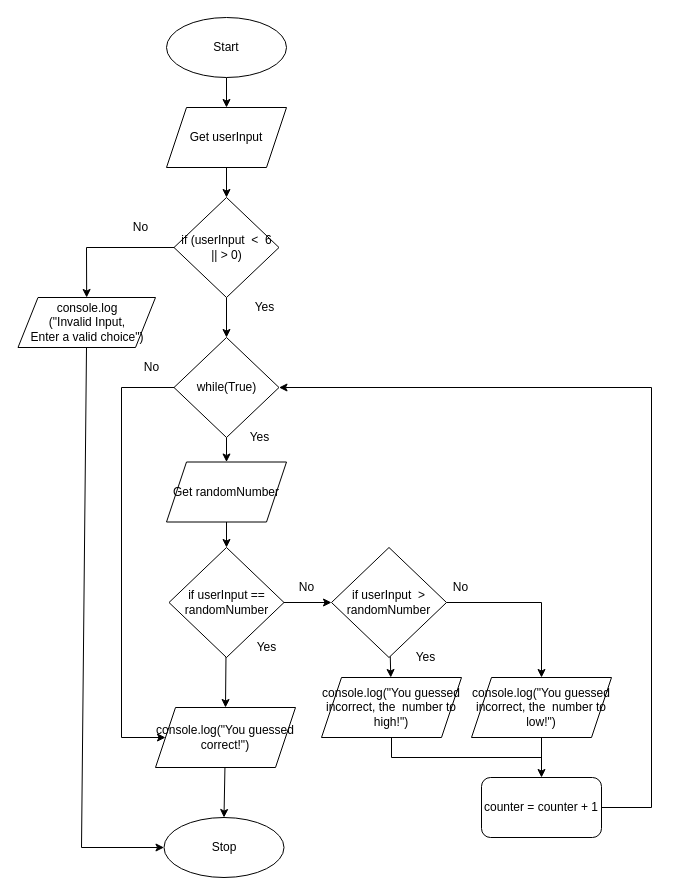
Above: Drawio/Flowchart.drawio in JacksonNaufal/ics4u-unit1-04-typescript (draw.io), before the change. Source tidied: cells renumbered, new cells numbered last; positions are measured from the earlier drawing's top-left corner, leaving out a move shared by most shapes. Both pictures are drawn from the tidied source at 100%, with x=0, y=0 at pixel (17, 17).
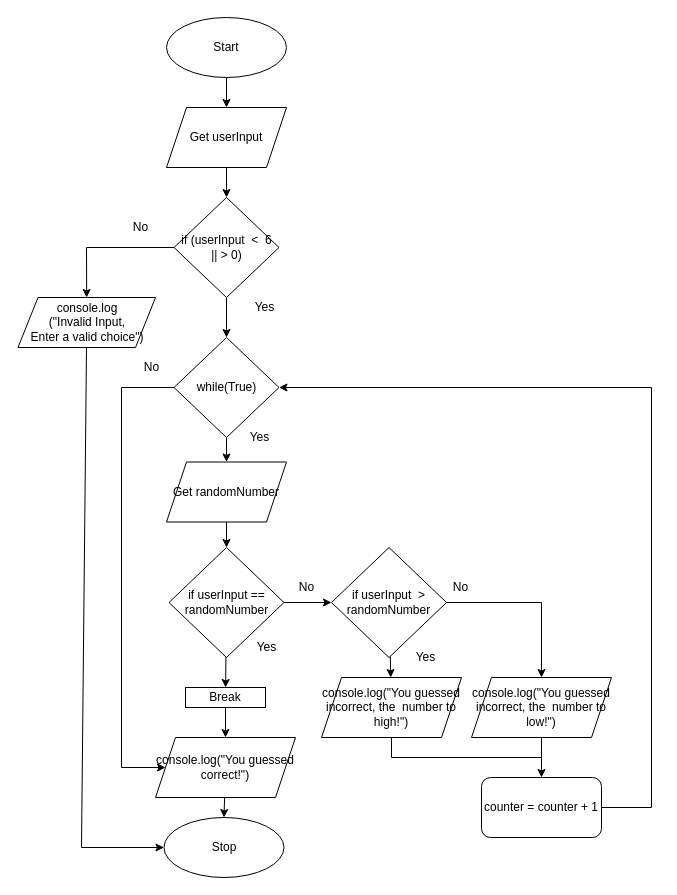
After the change.

The change refers to these unchanged cells:
```xml
<mxCell id="12" value="if userInput == randomNumber" style="rhombus;whiteSpace=wrap;html=1;" parent="1" vertex="1">
  <mxGeometry x="151.5" y="530" width="115" height="110" as="geometry" />
</mxCell>
<mxCell id="18" value="while(True)" style="rhombus;whiteSpace=wrap;html=1;" parent="1" vertex="1">
  <mxGeometry x="156.5" y="320" width="105" height="100" as="geometry" />
</mxCell>
```

The edit, as a diff of the source:
```diff
@@
-    <mxCell id="11" style="edgeStyle=none;html=1;entryX=0.5;entryY=0;entryDx=0;entryDy=0;" parent="1" edge="1" source="12" target="30">
-      <mxGeometry relative="1" as="geometry" />
-    </mxCell>
+    <mxCell id="39" style="edgeStyle=none;html=1;" parent="1" edge="1" source="12" target="41">
+      <mxGeometry relative="1" as="geometry" />
+    </mxCell>
@@
     <mxCell id="17" style="edgeStyle=none;rounded=0;html=1;entryX=0;entryY=0.5;entryDx=0;entryDy=0;endArrow=classic;endFill=1;" parent="1" edge="1" source="18" target="30">
       <mxGeometry relative="1" as="geometry">
         <Array as="points">
           <mxPoint x="104" y="370" />
-          <mxPoint x="104" y="720" />
+          <mxPoint x="104" y="750" />
         </Array>
       </mxGeometry>
     </mxCell>
@@
     <mxCell id="30" value="console.log(&quot;You guessed correct!&quot;)" style="shape=parallelogram;perimeter=parallelogramPerimeter;whiteSpace=wrap;html=1;fixedSize=1;" parent="1" vertex="1">
-      <mxGeometry x="138" y="690" width="140" height="60" as="geometry" />
+      <mxGeometry x="138" y="720" width="140" height="60" as="geometry" />
     </mxCell>
@@
+    <mxCell id="40" style="edgeStyle=none;html=1;" parent="1" edge="1" source="41" target="30">
+      <mxGeometry relative="1" as="geometry" />
+    </mxCell>
+    <mxCell id="41" value="Break" style="rounded=0;whiteSpace=wrap;html=1;" parent="1" vertex="1">
+      <mxGeometry x="168" y="670" width="80" height="20" as="geometry" />
+    </mxCell>
```
